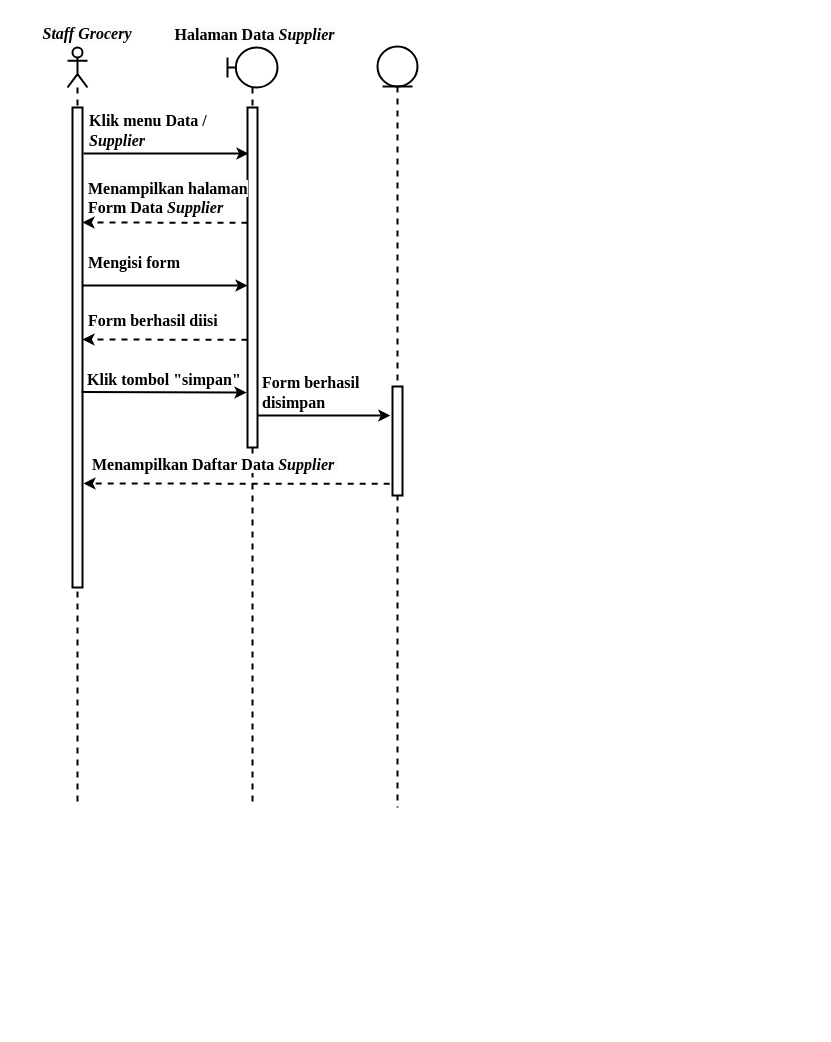
Before: page "DATA SUPPLIER" (15 of 22) of PENGELOLAAN EXPIRED - DANU.drawio in raldawiyahh/alda-resolusi, a draw.io diagram. Source tidied: cells renumbered, new cells numbered last; positions are measured from the earlier drawing's top-left corner, leaving out a move shared by most shapes. Both pictures are drawn from the tidied source at 100%, with x=0, y=0 at pixel (17, 17).
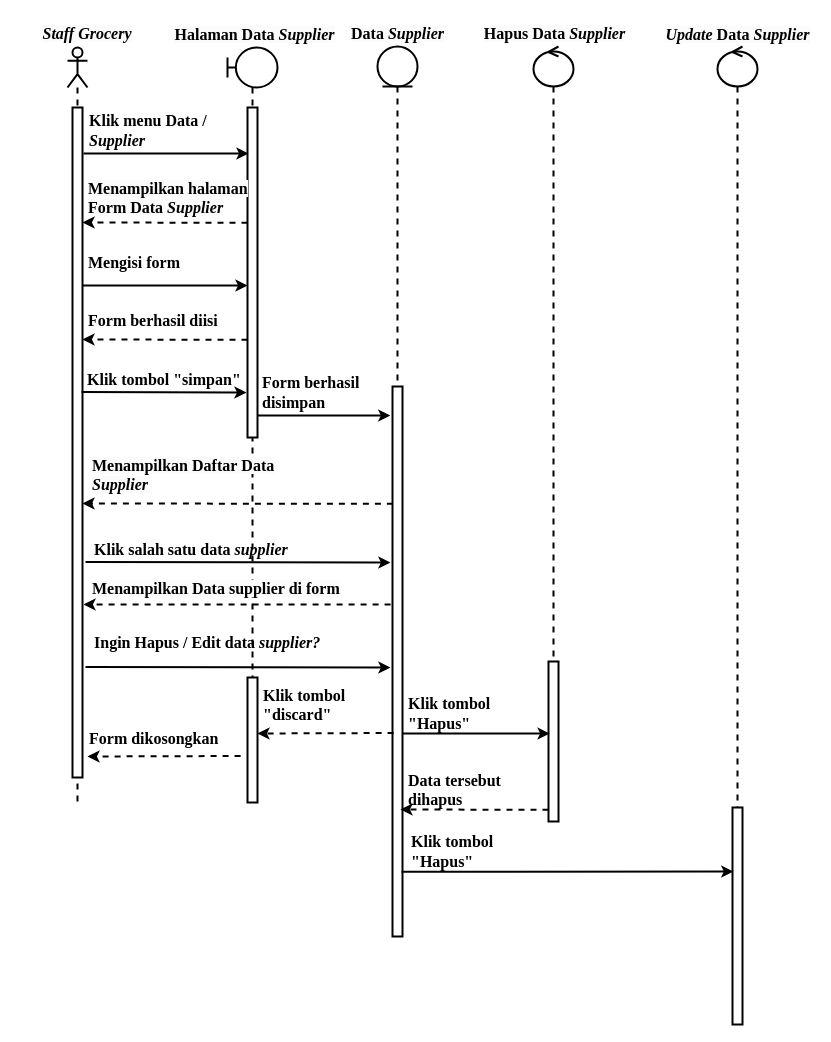
Above is the later version.

The change refers to these unchanged cells:
```xml
<mxCell id="2" style="shape=umlLifeline;perimeter=lifelinePerimeter;whiteSpace=wrap;html=1;newEdgeStyle={&quot;edgeStyle&quot;:&quot;elbowEdgeStyle&quot;,&quot;elbow&quot;:&quot;vertical&quot;,&quot;curved&quot;:0,&quot;rounded&quot;:0};participant=umlActor;strokeWidth=2;" parent="1" vertex="1">
  <mxGeometry x="50" y="30" width="20" height="760" as="geometry" />
</mxCell>
<mxCell id="5" style="shape=umlLifeline;perimeter=lifelinePerimeter;whiteSpace=wrap;html=1;newEdgeStyle={&quot;edgeStyle&quot;:&quot;elbowEdgeStyle&quot;,&quot;elbow&quot;:&quot;vertical&quot;,&quot;curved&quot;:0,&quot;rounded&quot;:0};participant=umlBoundary;strokeWidth=2;" parent="1" vertex="1">
  <mxGeometry x="210" y="30" width="50" height="760" as="geometry" />
</mxCell>
```

Diff of the diagram source:
```diff
@@
     <mxCell id="3" style="html=1;perimeter=orthogonalPerimeter;targetShapes=umlLifeline;newEdgeStyle={&quot;edgeStyle&quot;:&quot;elbowEdgeStyle&quot;,&quot;elbow&quot;:&quot;vertical&quot;,&quot;curved&quot;:0,&quot;rounded&quot;:0};strokeWidth=2;" parent="2" vertex="1">
-      <mxGeometry x="5" y="60" width="10" height="480" as="geometry" />
+      <mxGeometry x="5" y="60" width="10" height="670" as="geometry" />
     </mxCell>
@@
     <mxCell id="6" style="html=1;perimeter=orthogonalPerimeter;targetShapes=umlLifeline;newEdgeStyle={&quot;edgeStyle&quot;:&quot;elbowEdgeStyle&quot;,&quot;elbow&quot;:&quot;vertical&quot;,&quot;curved&quot;:0,&quot;rounded&quot;:0};strokeWidth=2;" parent="5" vertex="1">
-      <mxGeometry x="20" y="60" width="10" height="340" as="geometry" />
+      <mxGeometry x="20" y="60" width="10" height="330" as="geometry" />
     </mxCell>
+    <mxCell id="31" style="html=1;perimeter=orthogonalPerimeter;targetShapes=umlLifeline;newEdgeStyle={&quot;edgeStyle&quot;:&quot;elbowEdgeStyle&quot;,&quot;elbow&quot;:&quot;vertical&quot;,&quot;curved&quot;:0,&quot;rounded&quot;:0};strokeWidth=2;" parent="5" vertex="1">
+      <mxGeometry x="20" y="630" width="10" height="125" as="geometry" />
+    </mxCell>
@@
     <mxCell id="17" style="shape=umlLifeline;perimeter=lifelinePerimeter;whiteSpace=wrap;html=1;newEdgeStyle={&quot;edgeStyle&quot;:&quot;elbowEdgeStyle&quot;,&quot;elbow&quot;:&quot;vertical&quot;,&quot;curved&quot;:0,&quot;rounded&quot;:0};participant=umlEntity;fontSize=15;fontFamily=Times New Roman;strokeWidth=2;" parent="1" vertex="1">
-      <mxGeometry x="360" y="29" width="40" height="761" as="geometry" />
+      <mxGeometry x="360" y="29" width="40" height="890" as="geometry" />
     </mxCell>
     <mxCell id="18" style="html=1;perimeter=orthogonalPerimeter;targetShapes=umlLifeline;newEdgeStyle={&quot;edgeStyle&quot;:&quot;elbowEdgeStyle&quot;,&quot;elbow&quot;:&quot;vertical&quot;,&quot;curved&quot;:0,&quot;rounded&quot;:0};strokeWidth=2;" parent="17" vertex="1">
-      <mxGeometry x="15" y="340" width="10" height="109" as="geometry" />
+      <mxGeometry x="15" y="340" width="10" height="550" as="geometry" />
     </mxCell>
@@
     <mxCell id="28" style="group;" parent="1" vertex="1">
-      <mxGeometry x="66" y="421" width="360" height="55" as="geometry" />
+      <mxGeometry x="65" y="432" width="365" height="66" as="geometry" />
     </mxCell>
     <mxCell id="29" style="edgeStyle=elbowEdgeStyle;rounded=0;orthogonalLoop=1;jettySize=auto;html=1;elbow=vertical;curved=0;dashed=1;strokeWidth=2;" parent="28" edge="1">
       <mxGeometry relative="1" as="geometry">
-        <mxPoint x="306.2" y="45.3" as="sourcePoint" />
-        <mxPoint y="45.5" as="targetPoint" />
+        <mxPoint x="310.4" y="54.3" as="sourcePoint" />
+        <mxPoint y="54.6" as="targetPoint" />
       </mxGeometry>
     </mxCell>
-    <mxCell id="30" value="&lt;span style=&quot;color: rgb(0, 0, 0); font-family: &amp;quot;Times New Roman&amp;quot;; font-size: 16px; font-style: normal; font-variant-ligatures: normal; font-variant-caps: normal; font-weight: 700; letter-spacing: normal; orphans: 2; text-align: left; text-indent: 0px; text-transform: none; widows: 2; word-spacing: 0px; -webkit-text-stroke-width: 0px; background-color: rgb(251, 251, 251); text-decoration-thickness: initial; text-decoration-style: initial; text-decoration-color: initial; float: none; display: inline !important;&quot;&gt;Menampilkan Daftar&lt;/span&gt;&lt;span style=&quot;color: rgb(0, 0, 0); font-family: &amp;quot;Times New Roman&amp;quot;; font-size: 16px; font-style: normal; font-variant-ligatures: normal; font-variant-caps: normal; font-weight: 700; letter-spacing: normal; orphans: 2; text-align: left; text-indent: 0px; text-transform: none; widows: 2; word-spacing: 0px; -webkit-text-stroke-width: 0px; background-color: rgb(251, 251, 251); text-decoration-thickness: initial; text-decoration-style: initial; text-decoration-color: initial; float: none; display: inline !important;&quot;&gt;&amp;nbsp;Data &lt;/span&gt;&lt;span style=&quot;color: rgb(0, 0, 0); font-family: &amp;quot;Times New Roman&amp;quot;; font-size: 16px; font-variant-ligatures: normal; font-variant-caps: normal; font-weight: 700; letter-spacing: normal; orphans: 2; text-align: left; text-indent: 0px; text-transform: none; widows: 2; word-spacing: 0px; -webkit-text-stroke-width: 0px; background-color: rgb(251, 251, 251); text-decoration-thickness: initial; text-decoration-style: initial; text-decoration-color: initial; float: none; display: inline !important;&quot;&gt;&lt;i&gt;Supplier&amp;nbsp;&lt;/i&gt;&lt;/span&gt;" style="text;whiteSpace=wrap;html=1;" parent="28" vertex="1">
-      <mxGeometry x="7.4" y="10" width="352.6" height="45" as="geometry" />
+    <mxCell id="30" value="&lt;span style=&quot;color: rgb(0, 0, 0); font-family: &amp;quot;Times New Roman&amp;quot;; font-size: 16px; font-style: normal; font-variant-ligatures: normal; font-variant-caps: normal; font-weight: 700; letter-spacing: normal; orphans: 2; text-align: left; text-indent: 0px; text-transform: none; widows: 2; word-spacing: 0px; -webkit-text-stroke-width: 0px; background-color: rgb(251, 251, 251); text-decoration-thickness: initial; text-decoration-style: initial; text-decoration-color: initial; float: none; display: inline !important;&quot;&gt;Menampilkan Daftar&lt;/span&gt;&lt;span style=&quot;color: rgb(0, 0, 0); font-family: &amp;quot;Times New Roman&amp;quot;; font-size: 16px; font-style: normal; font-variant-ligatures: normal; font-variant-caps: normal; font-weight: 700; letter-spacing: normal; orphans: 2; text-align: left; text-indent: 0px; text-transform: none; widows: 2; word-spacing: 0px; -webkit-text-stroke-width: 0px; background-color: rgb(251, 251, 251); text-decoration-thickness: initial; text-decoration-style: initial; text-decoration-color: initial; float: none; display: inline !important;&quot;&gt;&amp;nbsp;Data &lt;br&gt;&lt;/span&gt;&lt;span style=&quot;color: rgb(0, 0, 0); font-family: &amp;quot;Times New Roman&amp;quot;; font-size: 16px; font-variant-ligatures: normal; font-variant-caps: normal; font-weight: 700; letter-spacing: normal; orphans: 2; text-align: left; text-indent: 0px; text-transform: none; widows: 2; word-spacing: 0px; -webkit-text-stroke-width: 0px; background-color: rgb(251, 251, 251); text-decoration-thickness: initial; text-decoration-style: initial; text-decoration-color: initial; float: none; display: inline !important;&quot;&gt;&lt;i&gt;Supplier&amp;nbsp;&lt;/i&gt;&lt;/span&gt;" style="text;whiteSpace=wrap;html=1;" parent="28" vertex="1">
+      <mxGeometry x="7.5" width="322.5" height="66" as="geometry" />
     </mxCell>
+    <mxCell id="32" value="&lt;span style=&quot;border-color: var(--border-color); color: rgb(0, 0, 0); font-family: &amp;quot;Times New Roman&amp;quot;; font-size: 16px; font-variant-ligatures: normal; font-variant-caps: normal; font-weight: 700; letter-spacing: normal; orphans: 2; text-indent: 0px; text-transform: none; widows: 2; word-spacing: 0px; -webkit-text-stroke-width: 0px; background-color: rgb(251, 251, 251); text-decoration-thickness: initial; text-decoration-style: initial; text-decoration-color: initial;&quot;&gt;Data &lt;/span&gt;&lt;i style=&quot;border-color: var(--border-color); color: rgb(0, 0, 0); font-family: &amp;quot;Times New Roman&amp;quot;; font-size: 16px; font-variant-ligatures: normal; font-variant-caps: normal; font-weight: 700; letter-spacing: normal; orphans: 2; text-indent: 0px; text-transform: none; widows: 2; word-spacing: 0px; -webkit-text-stroke-width: 0px; background-color: rgb(251, 251, 251); text-decoration-thickness: initial; text-decoration-style: initial; text-decoration-color: initial;&quot;&gt;Supplier&lt;/i&gt;" style="text;whiteSpace=wrap;html=1;align=center;" parent="1" vertex="1">
+      <mxGeometry x="294.5" width="171" height="40" as="geometry" />
+    </mxCell>
+    <mxCell id="33" style="shape=umlLifeline;perimeter=lifelinePerimeter;whiteSpace=wrap;html=1;newEdgeStyle={&quot;edgeStyle&quot;:&quot;elbowEdgeStyle&quot;,&quot;elbow&quot;:&quot;vertical&quot;,&quot;curved&quot;:0,&quot;rounded&quot;:0};participant=umlControl;fontSize=15;fontFamily=Times New Roman;strokeWidth=2;" parent="1" vertex="1">
+      <mxGeometry x="516" y="29" width="40" height="761" as="geometry" />
+    </mxCell>
+    <mxCell id="34" style="html=1;perimeter=orthogonalPerimeter;targetShapes=umlLifeline;newEdgeStyle={&quot;edgeStyle&quot;:&quot;elbowEdgeStyle&quot;,&quot;elbow&quot;:&quot;vertical&quot;,&quot;curved&quot;:0,&quot;rounded&quot;:0};strokeWidth=2;" parent="33" vertex="1">
+      <mxGeometry x="15" y="615" width="10" height="160" as="geometry" />
+    </mxCell>
+    <mxCell id="35" value="&lt;span style=&quot;border-color: var(--border-color); color: rgb(0, 0, 0); font-family: &amp;quot;Times New Roman&amp;quot;; font-size: 16px; font-variant-ligatures: normal; font-variant-caps: normal; font-weight: 700; letter-spacing: normal; orphans: 2; text-indent: 0px; text-transform: none; widows: 2; word-spacing: 0px; -webkit-text-stroke-width: 0px; background-color: rgb(251, 251, 251); text-decoration-thickness: initial; text-decoration-style: initial; text-decoration-color: initial;&quot;&gt;Hapus Data &lt;/span&gt;&lt;i style=&quot;border-color: var(--border-color); color: rgb(0, 0, 0); font-family: &amp;quot;Times New Roman&amp;quot;; font-size: 16px; font-variant-ligatures: normal; font-variant-caps: normal; font-weight: 700; letter-spacing: normal; orphans: 2; text-indent: 0px; text-transform: none; widows: 2; word-spacing: 0px; -webkit-text-stroke-width: 0px; background-color: rgb(251, 251, 251); text-decoration-thickness: initial; text-decoration-style: initial; text-decoration-color: initial;&quot;&gt;Supplier&lt;/i&gt;" style="text;whiteSpace=wrap;html=1;align=center;" parent="1" vertex="1">
+      <mxGeometry x="461" width="152.5" height="40" as="geometry" />
+    </mxCell>
+    <mxCell id="36" style="shape=umlLifeline;perimeter=lifelinePerimeter;whiteSpace=wrap;html=1;newEdgeStyle={&quot;edgeStyle&quot;:&quot;elbowEdgeStyle&quot;,&quot;elbow&quot;:&quot;vertical&quot;,&quot;curved&quot;:0,&quot;rounded&quot;:0};participant=umlControl;fontSize=15;fontFamily=Times New Roman;strokeWidth=2;" parent="1" vertex="1">
+      <mxGeometry x="700" y="29" width="40" height="761" as="geometry" />
+    </mxCell>
+    <mxCell id="37" value="&lt;span style=&quot;border-color: var(--border-color); color: rgb(0, 0, 0); font-family: &amp;quot;Times New Roman&amp;quot;; font-size: 16px; font-variant-ligatures: normal; font-variant-caps: normal; font-weight: 700; letter-spacing: normal; orphans: 2; text-indent: 0px; text-transform: none; widows: 2; word-spacing: 0px; -webkit-text-stroke-width: 0px; background-color: rgb(251, 251, 251); text-decoration-thickness: initial; text-decoration-style: initial; text-decoration-color: initial;&quot;&gt;&lt;i&gt;Update&lt;/i&gt; Data &lt;/span&gt;&lt;i style=&quot;border-color: var(--border-color); color: rgb(0, 0, 0); font-family: &amp;quot;Times New Roman&amp;quot;; font-size: 16px; font-variant-ligatures: normal; font-variant-caps: normal; font-weight: 700; letter-spacing: normal; orphans: 2; text-indent: 0px; text-transform: none; widows: 2; word-spacing: 0px; -webkit-text-stroke-width: 0px; background-color: rgb(251, 251, 251); text-decoration-thickness: initial; text-decoration-style: initial; text-decoration-color: initial;&quot;&gt;Supplier&lt;/i&gt;" style="text;whiteSpace=wrap;html=1;align=center;" parent="1" vertex="1">
+      <mxGeometry x="643.8" y="1" width="152.5" height="40" as="geometry" />
+    </mxCell>
+    <mxCell id="38" style="group;" parent="1" vertex="1">
+      <mxGeometry x="68" y="510" width="340" height="37.2" as="geometry" />
+    </mxCell>
+    <mxCell id="39" style="edgeStyle=elbowEdgeStyle;rounded=0;orthogonalLoop=1;jettySize=auto;html=1;elbow=vertical;curved=0;strokeWidth=2;" parent="38" edge="1">
+      <mxGeometry relative="1" as="geometry">
+        <mxPoint y="34.6" as="sourcePoint" />
+        <mxPoint x="304.9" y="34.6" as="targetPoint" />
+      </mxGeometry>
+    </mxCell>
+    <mxCell id="40" value="Klik salah satu data &lt;i&gt;supplier&lt;/i&gt;" style="text;html=1;align=left;verticalAlign=middle;strokeColor=none;fillColor=none;fontStyle=1;fontFamily=Times New Roman;fontSize=16;" parent="38" vertex="1">
+      <mxGeometry x="7.4" y="7.2" width="220" height="30" as="geometry" />
+    </mxCell>
+    <mxCell id="41" style="group;" parent="1" vertex="1">
+      <mxGeometry x="66" y="555" width="330" height="32.1" as="geometry" />
+    </mxCell>
+    <mxCell id="42" style="edgeStyle=elbowEdgeStyle;rounded=0;orthogonalLoop=1;jettySize=auto;html=1;elbow=vertical;curved=0;dashed=1;strokeWidth=2;" parent="41" edge="1">
+      <mxGeometry relative="1" as="geometry">
+        <mxPoint x="307.1" y="32.1" as="sourcePoint" />
+        <mxPoint y="31.9" as="targetPoint" />
+      </mxGeometry>
+    </mxCell>
+    <mxCell id="43" value="&lt;span style=&quot;color: rgb(0, 0, 0); font-family: &amp;quot;Times New Roman&amp;quot;; font-size: 16px; font-style: normal; font-variant-ligatures: normal; font-variant-caps: normal; font-weight: 700; letter-spacing: normal; orphans: 2; text-align: left; text-indent: 0px; text-transform: none; widows: 2; word-spacing: 0px; -webkit-text-stroke-width: 0px; background-color: rgb(251, 251, 251); text-decoration-thickness: initial; text-decoration-style: initial; text-decoration-color: initial; float: none; display: inline !important;&quot;&gt;Menampilkan Data supplier di form&lt;/span&gt;" style="text;whiteSpace=wrap;html=1;" parent="41" vertex="1">
+      <mxGeometry x="7.4" width="322.6" height="30" as="geometry" />
+    </mxCell>
+    <mxCell id="44" style="group;" parent="1" vertex="1">
+      <mxGeometry x="385" y="674" width="164" height="57.2" as="geometry" />
+    </mxCell>
+    <mxCell id="45" style="edgeStyle=elbowEdgeStyle;rounded=0;orthogonalLoop=1;jettySize=auto;html=1;elbow=vertical;curved=0;strokeWidth=2;" parent="44" edge="1">
+      <mxGeometry relative="1" as="geometry">
+        <mxPoint y="41.9" as="sourcePoint" />
+        <mxPoint x="147.1" y="41.9" as="targetPoint" />
+      </mxGeometry>
+    </mxCell>
+    <mxCell id="46" value="Klik tombol &lt;br&gt;&quot;Hapus&quot;" style="text;html=1;align=left;verticalAlign=middle;strokeColor=none;fillColor=none;fontStyle=1;fontFamily=Times New Roman;fontSize=16;" parent="44" vertex="1">
+      <mxGeometry x="3.6" y="-3.4" width="110" height="50" as="geometry" />
+    </mxCell>
+    <mxCell id="47" style="group;" parent="1" vertex="1">
+      <mxGeometry x="240" y="662" width="160" height="65" as="geometry" />
+    </mxCell>
+    <mxCell id="48" style="edgeStyle=elbowEdgeStyle;rounded=0;orthogonalLoop=1;jettySize=auto;html=1;elbow=vertical;curved=0;dashed=1;strokeWidth=2;" parent="47" edge="1">
+      <mxGeometry relative="1" as="geometry">
+        <mxPoint x="136.1" y="53.5" as="sourcePoint" />
+        <mxPoint y="53.7" as="targetPoint" />
+      </mxGeometry>
+    </mxCell>
+    <mxCell id="49" value="&lt;font face=&quot;Times New Roman&quot;&gt;&lt;span style=&quot;font-size: 16px;&quot;&gt;&lt;b&gt;&amp;nbsp;Klik tombol &lt;br&gt;&amp;nbsp;&quot;discard&quot;&lt;/b&gt;&lt;/span&gt;&lt;/font&gt;" style="text;whiteSpace=wrap;html=1;" parent="47" vertex="1">
+      <mxGeometry width="146.3" height="65" as="geometry" />
+    </mxCell>
+    <mxCell id="50" style="group;" parent="1" vertex="1">
+      <mxGeometry x="383" y="747" width="174" height="55" as="geometry" />
+    </mxCell>
+    <mxCell id="51" style="edgeStyle=elbowEdgeStyle;rounded=0;orthogonalLoop=1;jettySize=auto;html=1;elbow=vertical;curved=0;dashed=1;strokeWidth=2;" parent="50" edge="1">
+      <mxGeometry relative="1" as="geometry">
+        <mxPoint x="148" y="45.3" as="sourcePoint" />
+        <mxPoint y="45.5" as="targetPoint" />
+      </mxGeometry>
+    </mxCell>
+    <mxCell id="52" value="&lt;font face=&quot;Times New Roman&quot;&gt;&lt;span style=&quot;font-size: 16px;&quot;&gt;&lt;b&gt;Data tersebut &lt;br&gt;dihapus&lt;/b&gt;&lt;/span&gt;&lt;/font&gt;" style="text;whiteSpace=wrap;html=1;" parent="50" vertex="1">
+      <mxGeometry x="6" width="164" height="55" as="geometry" />
+    </mxCell>
+    <mxCell id="53" style="group;" parent="1" vertex="1">
+      <mxGeometry x="70" y="685" width="180" height="65" as="geometry" />
+    </mxCell>
+    <mxCell id="54" style="edgeStyle=elbowEdgeStyle;rounded=0;orthogonalLoop=1;jettySize=auto;html=1;elbow=vertical;curved=0;dashed=1;strokeWidth=2;" parent="53" edge="1">
+      <mxGeometry relative="1" as="geometry">
+        <mxPoint x="153.1" y="53.5" as="sourcePoint" />
+        <mxPoint y="53.7" as="targetPoint" />
+      </mxGeometry>
+    </mxCell>
+    <mxCell id="55" value="&lt;font face=&quot;Times New Roman&quot;&gt;&lt;span style=&quot;font-size: 16px;&quot;&gt;&lt;b&gt;Form dikosongkan&lt;/b&gt;&lt;/span&gt;&lt;/font&gt;" style="text;whiteSpace=wrap;html=1;" parent="53" vertex="1">
+      <mxGeometry y="20" width="164.6" height="45" as="geometry" />
+    </mxCell>
+    <mxCell id="56" style="group;" parent="1" vertex="1">
+      <mxGeometry x="68" y="590" width="340" height="37.2" as="geometry" />
+    </mxCell>
+    <mxCell id="57" style="edgeStyle=elbowEdgeStyle;rounded=0;orthogonalLoop=1;jettySize=auto;html=1;elbow=vertical;curved=0;strokeWidth=2;" parent="56" edge="1">
+      <mxGeometry relative="1" as="geometry">
+        <mxPoint y="59.6" as="sourcePoint" />
+        <mxPoint x="304.9" y="59.6" as="targetPoint" />
+      </mxGeometry>
+    </mxCell>
+    <mxCell id="58" value="Ingin Hapus / Edit data &lt;i&gt;supplier?&lt;/i&gt;" style="text;html=1;align=left;verticalAlign=middle;strokeColor=none;fillColor=none;fontStyle=1;fontFamily=Times New Roman;fontSize=16;" parent="1" vertex="1">
+      <mxGeometry x="75.4" y="610" width="250" height="30" as="geometry" />
+    </mxCell>
+    <mxCell id="59" style="group;" parent="1" vertex="1">
+      <mxGeometry x="384" y="812.4" width="370" height="57.2" as="geometry" />
+    </mxCell>
+    <mxCell id="60" style="edgeStyle=elbowEdgeStyle;rounded=0;orthogonalLoop=1;jettySize=auto;html=1;elbow=vertical;curved=0;strokeWidth=2;" parent="59" edge="1">
+      <mxGeometry relative="1" as="geometry">
+        <mxPoint y="41.9" as="sourcePoint" />
+        <mxPoint x="331.8" y="41.9" as="targetPoint" />
+      </mxGeometry>
+    </mxCell>
+    <mxCell id="61" value="Klik tombol &lt;br&gt;&quot;Hapus&quot;" style="text;html=1;align=left;verticalAlign=middle;strokeColor=none;fillColor=none;fontStyle=1;fontFamily=Times New Roman;fontSize=16;" parent="59" vertex="1">
+      <mxGeometry x="8" y="-3.4" width="110" height="50" as="geometry" />
+    </mxCell>
+    <mxCell id="62" style="html=1;perimeter=orthogonalPerimeter;targetShapes=umlLifeline;newEdgeStyle={&quot;edgeStyle&quot;:&quot;elbowEdgeStyle&quot;,&quot;elbow&quot;:&quot;vertical&quot;,&quot;curved&quot;:0,&quot;rounded&quot;:0};strokeWidth=2;" parent="1" vertex="1">
+      <mxGeometry x="715" y="790" width="10" height="217" as="geometry" />
+    </mxCell>
```
